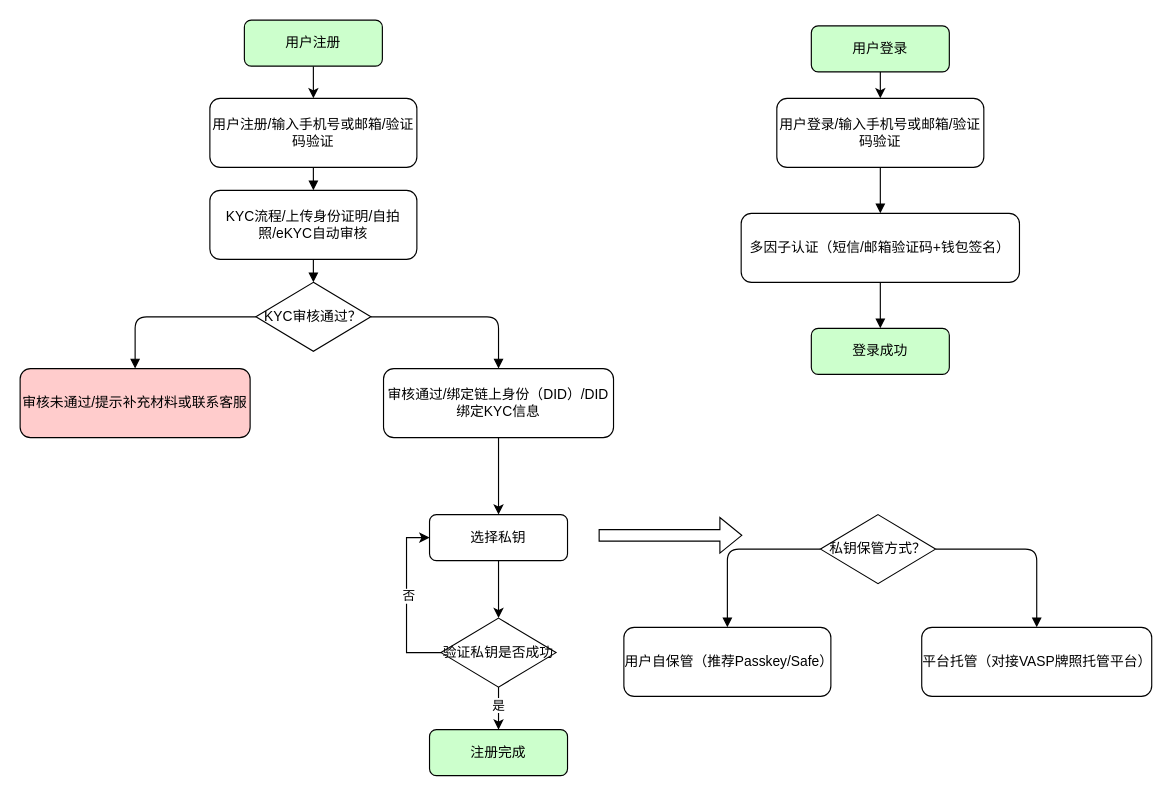
mingzhenliu/doc keeps this draw.io diagram as userlogin.drawio. Above is the earlier version. Source tidied: cells renumbered, new cells numbered last; positions are measured from the earlier drawing's top-left corner, leaving out a move shared by most shapes. Both pictures are drawn from the tidied source at 115%, with x=0, y=0 at pixel (20, 20).
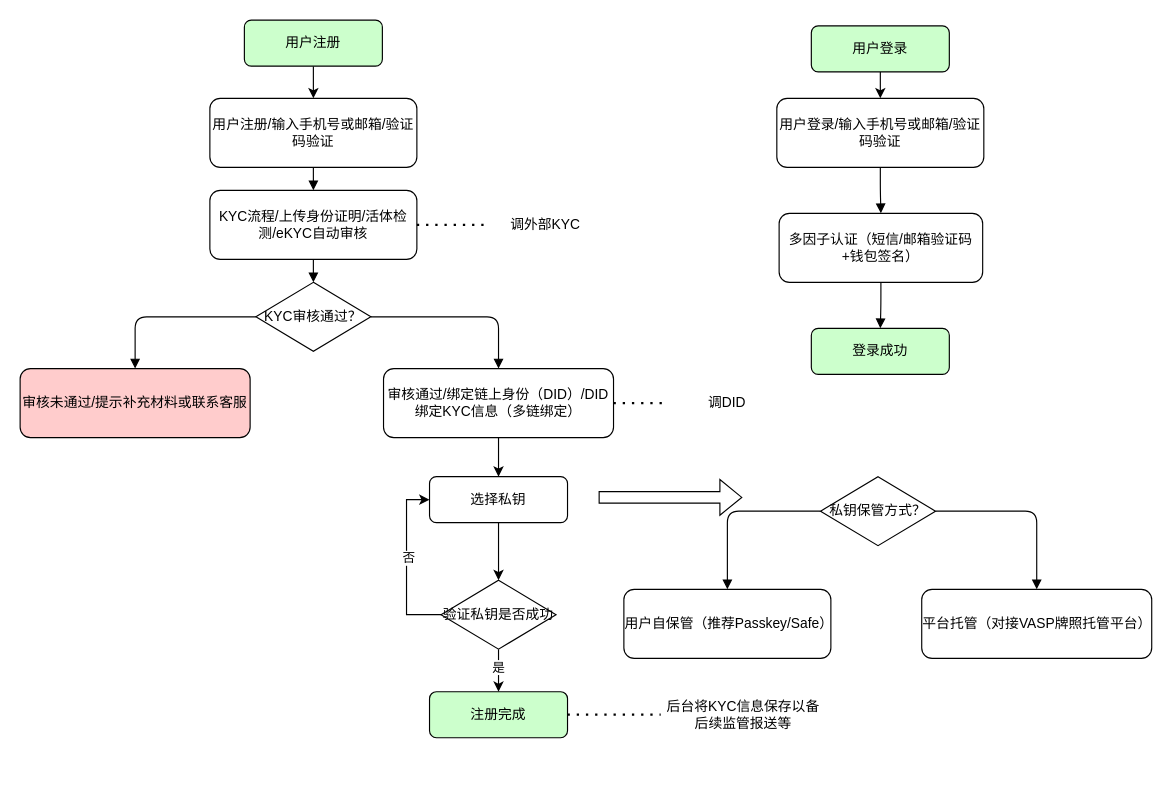
The same diagram, later.

Diff of the diagram source:
```diff
@@
-    <mxCell id="3" value="KYC流程/上传身份证明/自拍照/eKYC自动审核" style="rounded=1;whiteSpace=wrap;html=1;" parent="1" vertex="1">
+    <mxCell id="3" value="KYC流程/上传身份证明/活体检测/eKYC自动审核" style="rounded=1;whiteSpace=wrap;html=1;" parent="1" vertex="1">
       <mxGeometry x="165" y="148" width="180" height="60" as="geometry" />
     </mxCell>
@@
-    <mxCell id="7" value="审核通过/绑定链上身份（DID）/DID绑定KYC信息" style="rounded=1;whiteSpace=wrap;html=1;" parent="1" vertex="1">
+    <mxCell id="7" value="审核通过/绑定链上身份（DID）/DID绑定KYC信息（多链绑定）" style="rounded=1;whiteSpace=wrap;html=1;" parent="1" vertex="1">
       <mxGeometry x="316" y="303" width="200" height="60" as="geometry" />
     </mxCell>
     <mxCell id="8" value="注册完成" style="rounded=1;whiteSpace=wrap;html=1;fillColor=#CCFFCC;" parent="1" vertex="1">
-      <mxGeometry x="356" y="617" width="120" height="40" as="geometry" />
+      <mxGeometry x="356" y="584" width="120" height="40" as="geometry" />
     </mxCell>
@@
     <mxCell id="17" value="验证私钥是否成功" style="rhombus;whiteSpace=wrap;html=1;" parent="1" vertex="1">
-      <mxGeometry x="366" y="520" width="100" height="60" as="geometry" />
+      <mxGeometry x="366" y="487" width="100" height="60" as="geometry" />
     </mxCell>
@@
     <mxCell id="19" value="选择私钥" style="rounded=1;whiteSpace=wrap;html=1;" parent="1" vertex="1">
-      <mxGeometry x="356" y="430" width="120" height="40" as="geometry" />
+      <mxGeometry x="356" y="397" width="120" height="40" as="geometry" />
     </mxCell>
     <mxCell id="20" value="私钥保管方式？" style="rhombus;whiteSpace=wrap;html=1;" parent="1" vertex="1">
-      <mxGeometry x="696" y="430" width="100" height="60" as="geometry" />
+      <mxGeometry x="696" y="397" width="100" height="60" as="geometry" />
     </mxCell>
     <mxCell id="21" value="用户自保管（推荐Passkey/Safe）" style="rounded=1;whiteSpace=wrap;html=1;" parent="1" vertex="1">
-      <mxGeometry x="525" y="528" width="180" height="60" as="geometry" />
+      <mxGeometry x="525" y="495" width="180" height="60" as="geometry" />
     </mxCell>
     <mxCell id="22" value="平台托管（对接VASP牌照托管平台）" style="rounded=1;whiteSpace=wrap;html=1;" parent="1" vertex="1">
-      <mxGeometry x="784" y="528" width="200" height="60" as="geometry" />
+      <mxGeometry x="784" y="495" width="200" height="60" as="geometry" />
     </mxCell>
@@
     <mxCell id="25" style="shape=flexArrow;endArrow=classic;html=1;rounded=0;" parent="1" edge="1">
       <mxGeometry relative="1" as="geometry">
-        <mxPoint x="503" y="448" as="sourcePoint" />
-        <mxPoint x="628" y="448" as="targetPoint" />
+        <mxPoint x="503" y="415" as="sourcePoint" />
+        <mxPoint x="628" y="415" as="targetPoint" />
       </mxGeometry>
     </mxCell>
@@
     <mxCell id="27" value="多因子认证（短信/邮箱验证码+钱包签名）" style="rounded=1;whiteSpace=wrap;html=1;" parent="1" vertex="1">
-      <mxGeometry x="627" y="168" width="242" height="60" as="geometry" />
+      <mxGeometry x="660" y="168" width="177" height="60" as="geometry" />
     </mxCell>
@@
+    <mxCell id="35" value="调外部KYC" style="text;html=1;align=center;verticalAlign=middle;whiteSpace=wrap;rounded=0;" parent="1" vertex="1">
+      <mxGeometry x="408" y="163" width="98" height="30" as="geometry" />
+    </mxCell>
+    <mxCell id="36" style="endArrow=none;dashed=1;html=1;dashPattern=1 3;strokeWidth=2;rounded=0;entryX=0;entryY=0.5;entryDx=0;entryDy=0;exitX=1;exitY=0.5;exitDx=0;exitDy=0;" parent="1" edge="1" source="3" target="35">
+      <mxGeometry relative="1" as="geometry" />
+    </mxCell>
+    <mxCell id="37" style="endArrow=none;dashed=1;html=1;dashPattern=1 3;strokeWidth=2;rounded=0;exitX=1;exitY=0.5;exitDx=0;exitDy=0;" parent="1" edge="1" source="7">
+      <mxGeometry relative="1" as="geometry">
+        <mxPoint x="563" y="333" as="targetPoint" />
+      </mxGeometry>
+    </mxCell>
+    <mxCell id="38" value="调DID" style="text;html=1;align=center;verticalAlign=middle;whiteSpace=wrap;rounded=0;" parent="1" vertex="1">
+      <mxGeometry x="566" y="318" width="98" height="30" as="geometry" />
+    </mxCell>
+    <mxCell id="39" value="后台将KYC信息保存以备后续监管报送等" style="text;html=1;align=center;verticalAlign=middle;whiteSpace=wrap;rounded=0;" parent="1" vertex="1">
+      <mxGeometry x="557" y="589" width="144" height="30" as="geometry" />
+    </mxCell>
+    <mxCell id="40" style="endArrow=none;dashed=1;html=1;dashPattern=1 3;strokeWidth=2;rounded=0;exitX=1;exitY=0.5;exitDx=0;exitDy=0;entryX=0;entryY=0.5;entryDx=0;entryDy=0;" parent="1" edge="1" source="8" target="39">
+      <mxGeometry relative="1" as="geometry" />
+    </mxCell>
```
